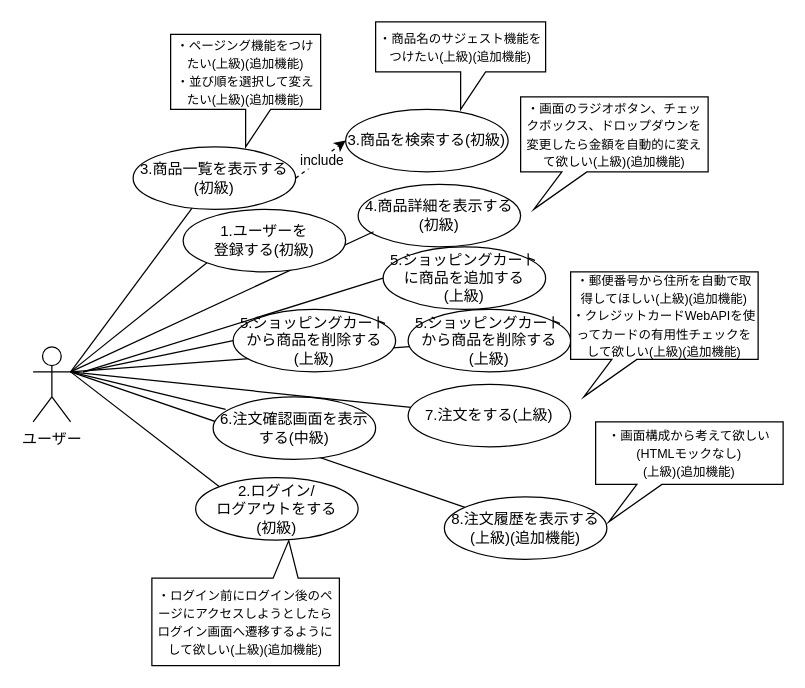
Earlier version of the draw.io diagram 2.ユースケース図/フロントエンド研修/ユースケース図.dio (igamasayuki/ecsite-project). Source tidied: cells renumbered, new cells numbered last; positions are measured from the earlier drawing's top-left corner, leaving out a move shared by most shapes. Both pictures are drawn from the tidied source at 125%, with x=0, y=0 at pixel (32, 21).
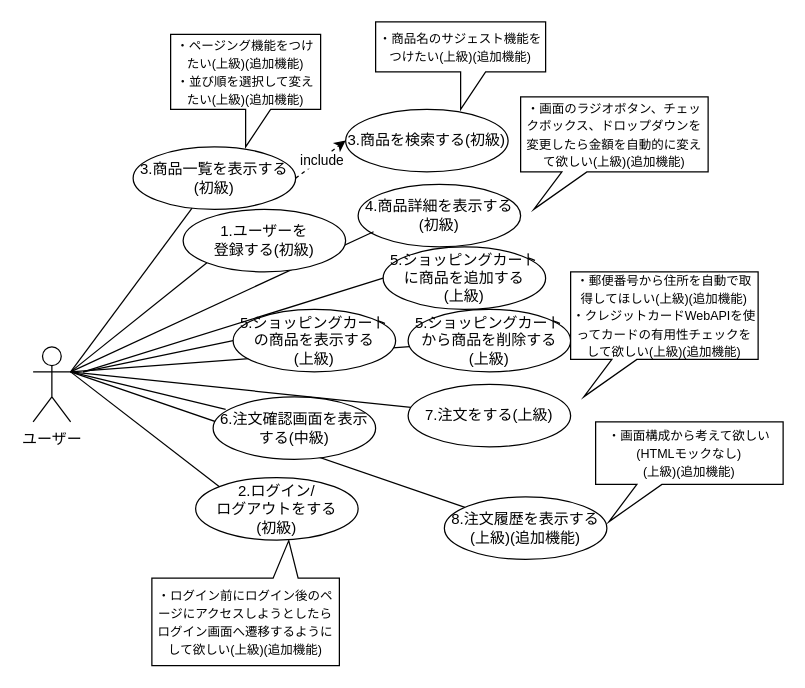
Above is the later version.

Change to the diagram source:
```diff
@@
-    <mxCell id="27" value="5.ショッピングカートから商品を削除する&lt;br&gt;(上級)" style="ellipse;whiteSpace=wrap;html=1;" parent="1" vertex="1">
+    <mxCell id="27" value="5.ショッピングカートの商品を表示する&lt;br&gt;(上級)" style="ellipse;whiteSpace=wrap;html=1;" parent="1" vertex="1">
       <mxGeometry x="160" y="230" width="130" height="50" as="geometry" />
     </mxCell>
```
